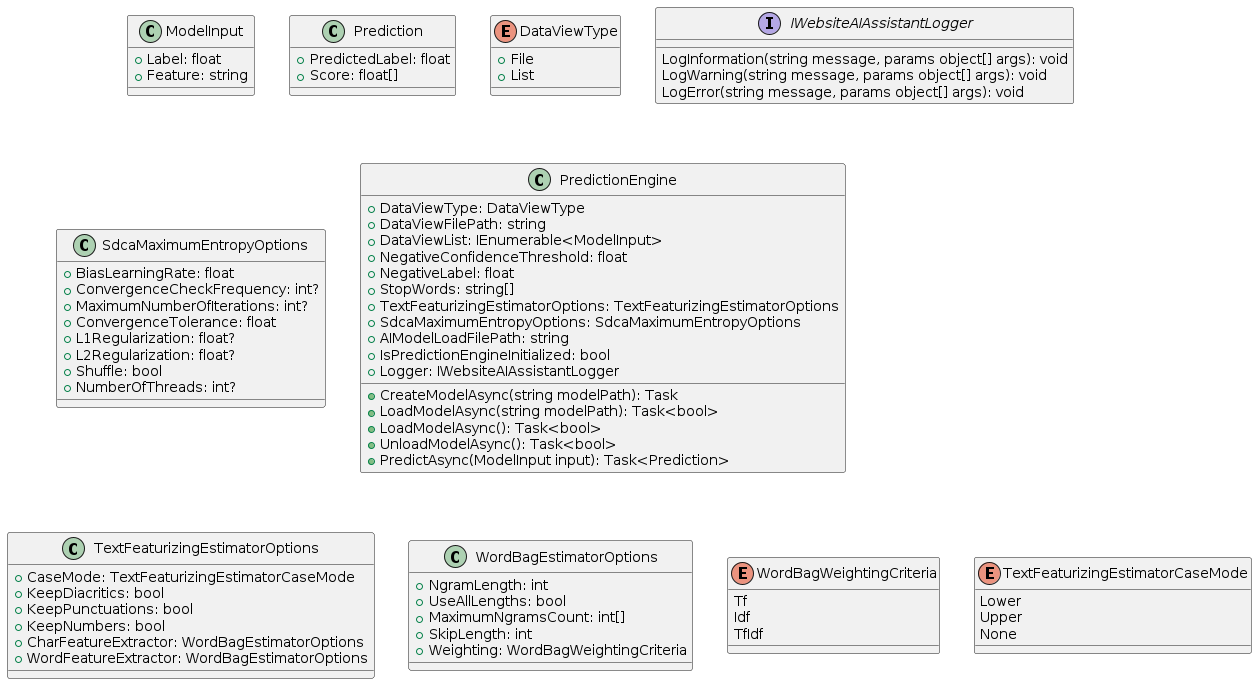
The PlantUML diagram Docs/ClassDiagram.png in VeritasSoftware/WebsiteAIAssistant, before a commit.
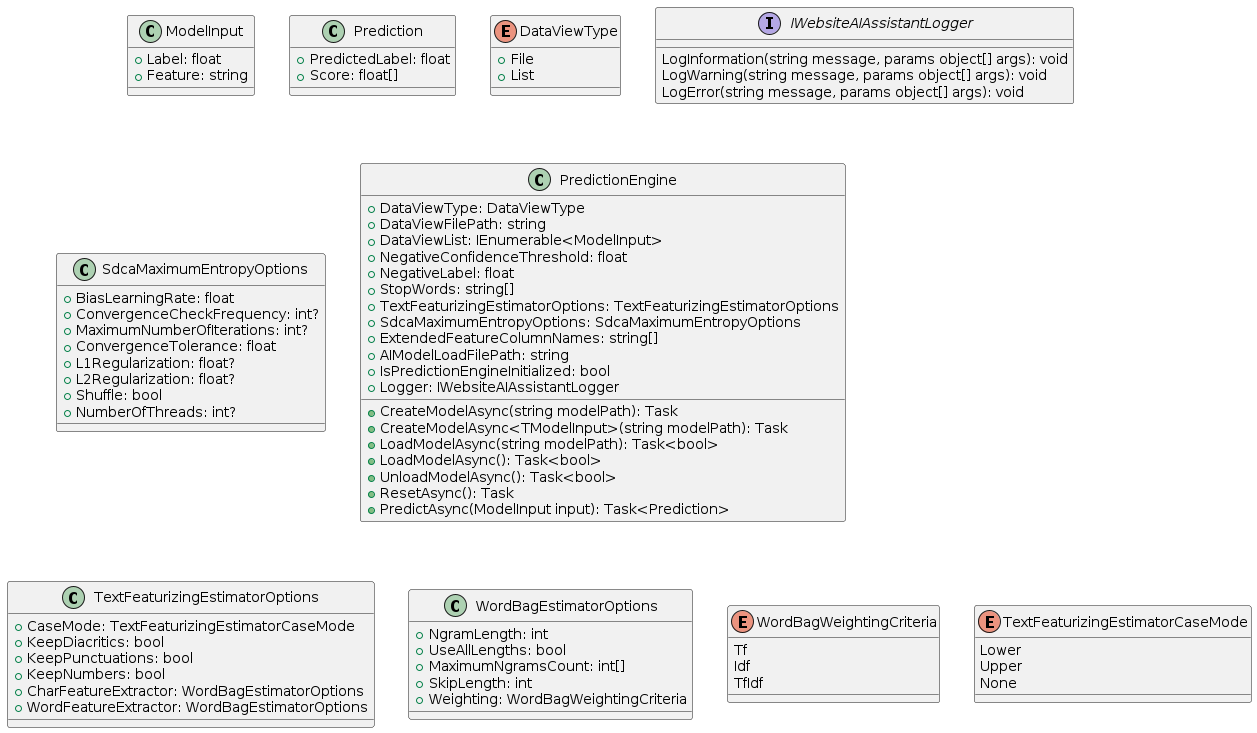
Above is the later version.

Commit message:
updated class diagrams & uml.

Change to the diagram source:
```diff
@@ -76,13 +76,16 @@
   + StopWords: string[]
   + TextFeaturizingEstimatorOptions: TextFeaturizingEstimatorOptions
   + SdcaMaximumEntropyOptions: SdcaMaximumEntropyOptions
+  + ExtendedFeatureColumnNames: string[]
   + AIModelLoadFilePath: string
   + IsPredictionEngineInitialized: bool
   + Logger: IWebsiteAIAssistantLogger
   + CreateModelAsync(string modelPath): Task
+  + CreateModelAsync<TModelInput>(string modelPath): Task
   + LoadModelAsync(string modelPath): Task<bool>
   + LoadModelAsync(): Task<bool>
   + UnloadModelAsync(): Task<bool>
+  + ResetAsync(): Task
   + PredictAsync(ModelInput input): Task<Prediction>
 }
 
```
